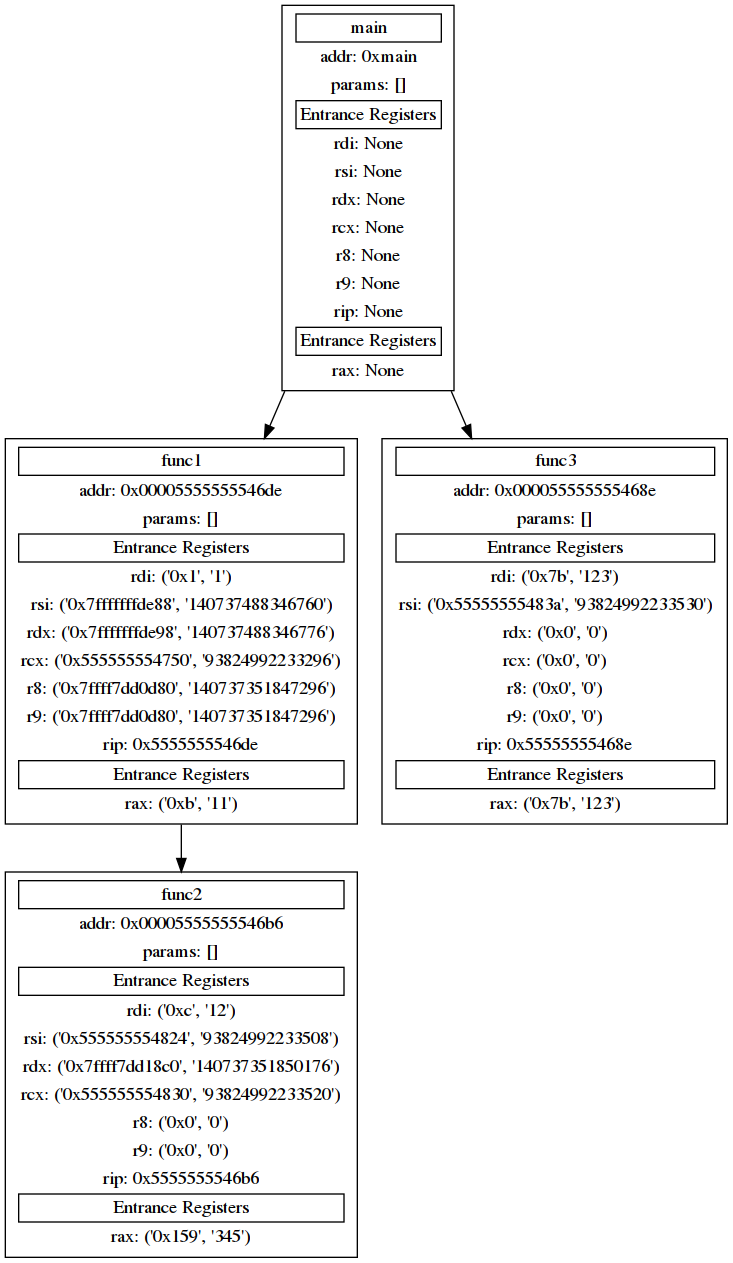
This is Out/result.gv.png from cty123/CS527-Final-Project, a Graphviz export, as it was before one commit. Its source is kept beside it as Out/result.gv.
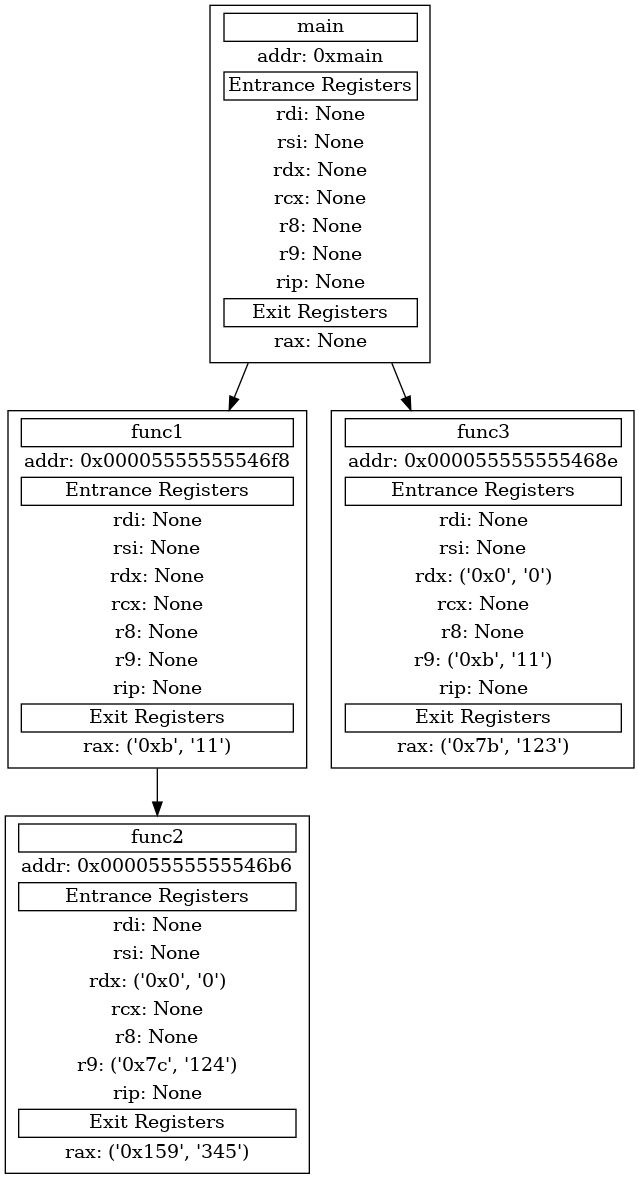
The same diagram one commit later.

What changed in the source:
```diff
@@ -3,7 +3,6 @@
     <table border="0">
         <tr><td align="text" border="1">main</td></tr>
         <tr><td align="text">addr: 0xmain</td></tr>
-        <tr><td align="text">params: []</td></tr>
         <tr><td align="text" border="1">Entrance Registers</td></tr>
         <tr><td align="text">rdi: None</td></tr>
         <tr><td align="text">rsi: None</td></tr>
@@ -12,24 +11,23 @@
         <tr><td align="text">r8: None</td></tr>
         <tr><td align="text">r9: None</td></tr>
         <tr><td align="text">rip: None</td></tr>
-        <tr><td align="text" border="1">Entrance Registers</td></tr>
+        <tr><td align="text" border="1">Exit Registers</td></tr>
         <tr><td align="text">rax: None</td></tr>
     </table>
     > shape=box]
 	main_0xmain_1 [label=<
     <table border="0">
         <tr><td align="text" border="1">func1</td></tr>
-        <tr><td align="text">addr: 0x00005555555546de</td></tr>
-        <tr><td align="text">params: []</td></tr>
+        <tr><td align="text">addr: 0x00005555555546f8</td></tr>
         <tr><td align="text" border="1">Entrance Registers</td></tr>
-        <tr><td align="text">rdi: ('0x1', '1')</td></tr>
-        <tr><td align="text">rsi: ('0x7fffffffde88', '140737488346760')</td></tr>
-        <tr><td align="text">rdx: ('0x7fffffffde98', '140737488346776')</td></tr>
-        <tr><td align="text">rcx: ('0x555555554750', '93824992233296')</td></tr>
-        <tr><td align="text">r8: ('0x7ffff7dd0d80', '140737351847296')</td></tr>
-        <tr><td align="text">r9: ('0x7ffff7dd0d80', '140737351847296')</td></tr>
-        <tr><td align="text">rip: 0x5555555546de</td></tr>
-        <tr><td align="text" border="1">Entrance Registers</td></tr>
+        <tr><td align="text">rdi: None</td></tr>
+        <tr><td align="text">rsi: None</td></tr>
+        <tr><td align="text">rdx: None</td></tr>
+        <tr><td align="text">rcx: None</td></tr>
+        <tr><td align="text">r8: None</td></tr>
+        <tr><td align="text">r9: None</td></tr>
+        <tr><td align="text">rip: None</td></tr>
+        <tr><td align="text" border="1">Exit Registers</td></tr>
         <tr><td align="text">rax: ('0xb', '11')</td></tr>
     </table>
     > shape=box]
@@ -38,36 +36,34 @@
     <table border="0">
         <tr><td align="text" border="1">func3</td></tr>
         <tr><td align="text">addr: 0x000055555555468e</td></tr>
-        <tr><td align="text">params: []</td></tr>
         <tr><td align="text" border="1">Entrance Registers</td></tr>
-        <tr><td align="text">rdi: ('0x7b', '123')</td></tr>
-        <tr><td align="text">rsi: ('0x55555555483a', '93824992233530')</td></tr>
+        <tr><td align="text">rdi: None</td></tr>
+        <tr><td align="text">rsi: None</td></tr>
         <tr><td align="text">rdx: ('0x0', '0')</td></tr>
-        <tr><td align="text">rcx: ('0x0', '0')</td></tr>
-        <tr><td align="text">r8: ('0x0', '0')</td></tr>
-        <tr><td align="text">r9: ('0x0', '0')</td></tr>
-        <tr><td align="text">rip: 0x55555555468e</td></tr>
-        <tr><td align="text" border="1">Entrance Registers</td></tr>
+        <tr><td align="text">rcx: None</td></tr>
+        <tr><td align="text">r8: None</td></tr>
+        <tr><td align="text">r9: ('0xb', '11')</td></tr>
+        <tr><td align="text">rip: None</td></tr>
+        <tr><td align="text" border="1">Exit Registers</td></tr>
         <tr><td align="text">rax: ('0x7b', '123')</td></tr>
     </table>
     > shape=box]
 	main -> main_0xmain_2
-	func1_0x00005555555546de_3 [label=<
+	func1_0x00005555555546f8_3 [label=<
     <table border="0">
         <tr><td align="text" border="1">func2</td></tr>
         <tr><td align="text">addr: 0x00005555555546b6</td></tr>
-        <tr><td align="text">params: []</td></tr>
         <tr><td align="text" border="1">Entrance Registers</td></tr>
-        <tr><td align="text">rdi: ('0xc', '12')</td></tr>
-        <tr><td align="text">rsi: ('0x555555554824', '93824992233508')</td></tr>
-        <tr><td align="text">rdx: ('0x7ffff7dd18c0', '140737351850176')</td></tr>
-        <tr><td align="text">rcx: ('0x555555554830', '93824992233520')</td></tr>
-        <tr><td align="text">r8: ('0x0', '0')</td></tr>
-        <tr><td align="text">r9: ('0x0', '0')</td></tr>
-        <tr><td align="text">rip: 0x5555555546b6</td></tr>
-        <tr><td align="text" border="1">Entrance Registers</td></tr>
+        <tr><td align="text">rdi: None</td></tr>
+        <tr><td align="text">rsi: None</td></tr>
+        <tr><td align="text">rdx: ('0x0', '0')</td></tr>
+        <tr><td align="text">rcx: None</td></tr>
+        <tr><td align="text">r8: None</td></tr>
+        <tr><td align="text">r9: ('0x7c', '124')</td></tr>
+        <tr><td align="text">rip: None</td></tr>
+        <tr><td align="text" border="1">Exit Registers</td></tr>
         <tr><td align="text">rax: ('0x159', '345')</td></tr>
     </table>
     > shape=box]
-	main_0xmain_1 -> func1_0x00005555555546de_3
+	main_0xmain_1 -> func1_0x00005555555546f8_3
 }
```
